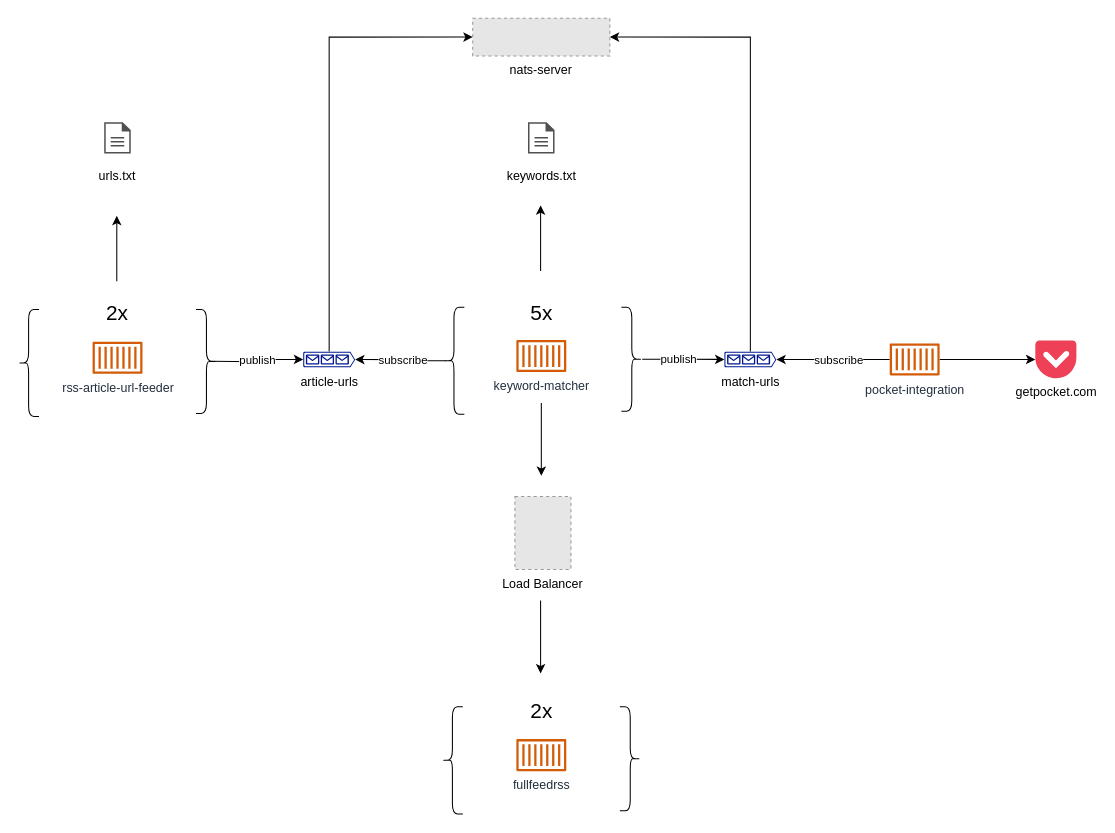
Before: architecture.drawio in heussd/nats-news-analysis, a draw.io diagram. Source tidied: cells renumbered, new cells numbered last; positions are measured from the earlier drawing's top-left corner, leaving out a move shared by most shapes. Both pictures are drawn from the tidied source at 104%, with x=0, y=0 at pixel (18, 18). Pictures stored in the file or linked from it are replaced by grey dashed boxes.
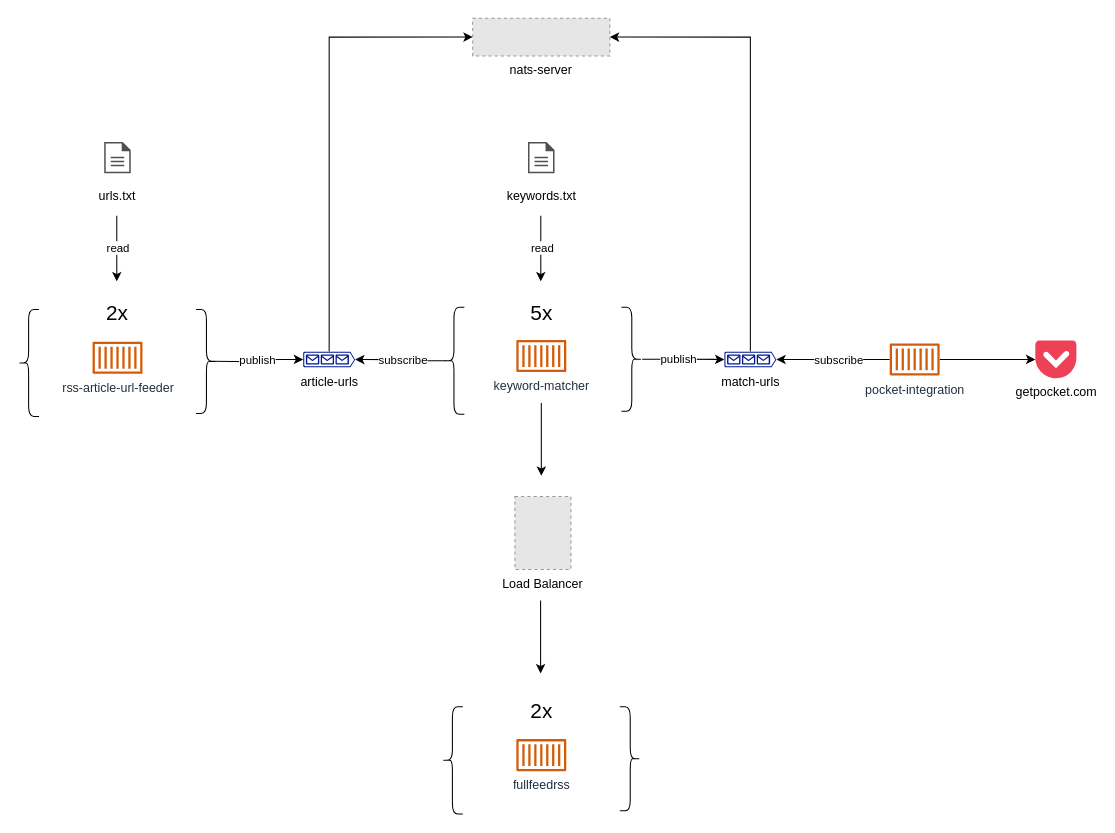
Above is the later version.

Commit message (it also covers changes not shown here):
Fix arrow direction

Change to the diagram source:
```diff
@@
-    <mxCell id="21" style="edgeStyle=orthogonalEdgeStyle;rounded=0;orthogonalLoop=1;jettySize=auto;html=1;" parent="1" edge="1">
+    <mxCell id="21" style="edgeStyle=orthogonalEdgeStyle;rounded=0;orthogonalLoop=1;jettySize=auto;html=1;startArrow=classic;startFill=1;endArrow=none;endFill=0;" parent="1" edge="1">
       <mxGeometry relative="1" as="geometry">
-        <mxPoint x="502.3" y="243" as="sourcePoint" />
-        <mxPoint x="502.3" y="180" as="targetPoint" />
+        <mxPoint x="502.5" y="253" as="sourcePoint" />
+        <mxPoint x="502.5" y="190" as="targetPoint" />
       </mxGeometry>
     </mxCell>
+    <mxCell id="36" value="read" style="edgeLabel;html=1;align=center;verticalAlign=middle;" parent="21" vertex="1">
+      <mxGeometry x="0.37" y="-2" relative="1" as="geometry">
+        <mxPoint x="-1" y="10" as="offset" />
+      </mxGeometry>
+    </mxCell>
@@
     <mxCell id="26" value="&lt;font style=&quot;font-size: 12px;&quot;&gt;keywords.txt&lt;/font&gt;" style="sketch=0;shadow=0;dashed=0;html=1;strokeColor=none;fillColor=#505050;labelPosition=center;verticalLabelPosition=bottom;verticalAlign=top;align=center;shape=mxgraph.office.concepts.document;fontSize=20;" parent="1" vertex="1">
-      <mxGeometry x="490.2" y="100" width="25.5" height="30" as="geometry" />
+      <mxGeometry x="490.2" y="119" width="25.5" height="30" as="geometry" />
     </mxCell>
     <mxCell id="27" value="&lt;font style=&quot;font-size: 12px;&quot;&gt;urls.txt&lt;/font&gt;" style="sketch=0;shadow=0;dashed=0;html=1;strokeColor=none;fillColor=#505050;labelPosition=center;verticalLabelPosition=bottom;verticalAlign=top;align=center;shape=mxgraph.office.concepts.document;fontSize=20;" parent="1" vertex="1">
-      <mxGeometry x="82.7" y="100" width="25.5" height="30" as="geometry" />
+      <mxGeometry x="82.7" y="119" width="25.5" height="30" as="geometry" />
     </mxCell>
@@
-    <mxCell id="34" style="edgeStyle=orthogonalEdgeStyle;rounded=0;orthogonalLoop=1;jettySize=auto;html=1;" parent="1" edge="1">
+    <mxCell id="34" style="edgeStyle=orthogonalEdgeStyle;rounded=0;orthogonalLoop=1;jettySize=auto;html=1;startArrow=classic;startFill=1;endArrow=none;endFill=0;" parent="1" edge="1">
       <mxGeometry relative="1" as="geometry">
         <mxPoint x="94.8" y="253" as="sourcePoint" />
         <mxPoint x="94.8" y="190" as="targetPoint" />
         <Array as="points">
-          <mxPoint x="94.5" y="200" />
-          <mxPoint x="94.5" y="200" />
+          <mxPoint x="95" y="200" />
+          <mxPoint x="95" y="200" />
         </Array>
       </mxGeometry>
     </mxCell>
+    <mxCell id="37" value="read" style="edgeLabel;html=1;align=center;verticalAlign=middle;" parent="34" vertex="1">
+      <mxGeometry x="-0.17" y="-2" relative="1" as="geometry">
+        <mxPoint x="-1" y="-7" as="offset" />
+      </mxGeometry>
+    </mxCell>
```
